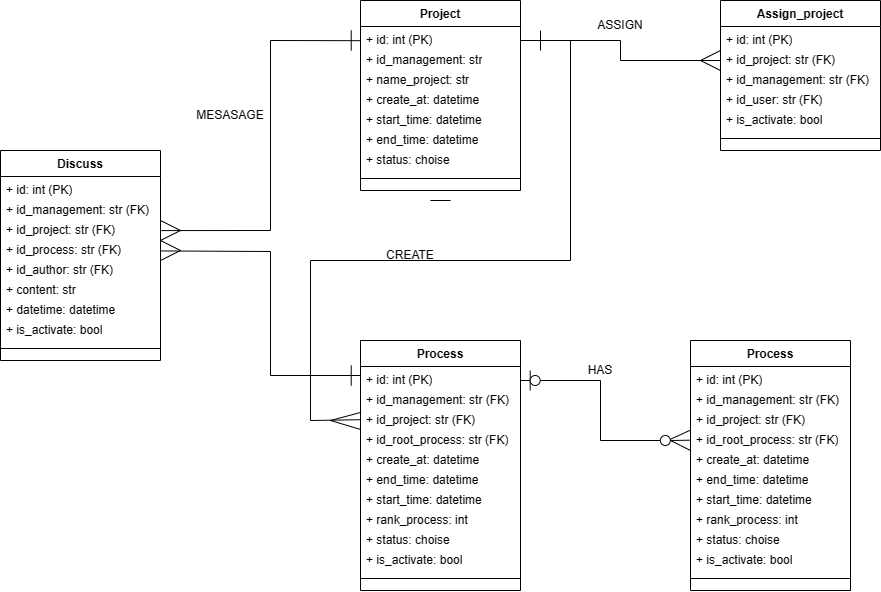
Above: demo/MCI_INTERN.png in nguyenvanvutlv/MCI_intern (draw.io), before the change. Source tidied: cells renumbered, new cells last; positions are measured from the earlier drawing's top-left corner, leaving out a move shared by most shapes.
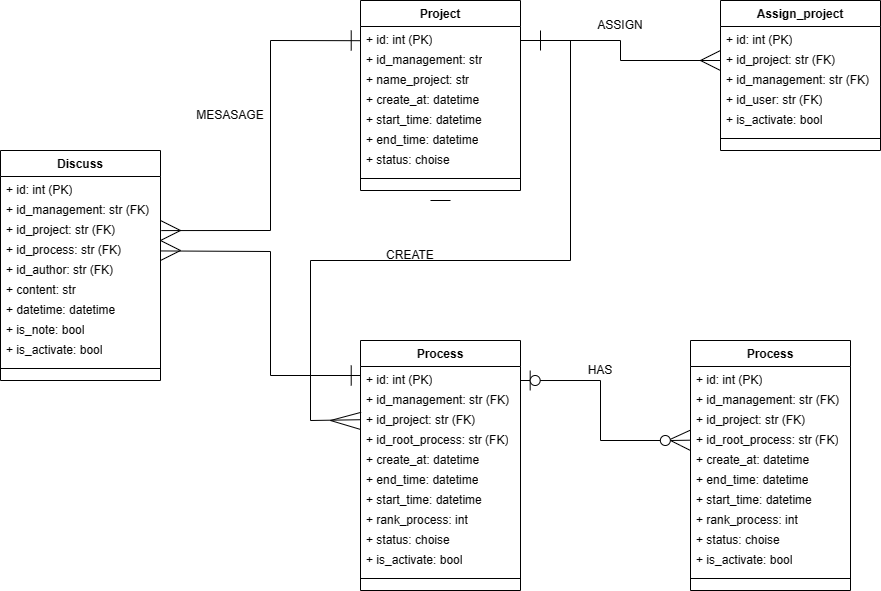
Above is the later version.

The edit, as a diff of the source:
```diff
@@ -212,7 +212,7 @@
       <mxGeometry x="590" y="10" width="60" height="30" as="geometry" />
     </mxCell>
     <mxCell id="57" value="Discuss" style="swimlane;fontStyle=1;align=center;verticalAlign=top;horizontal=1;startSize=26;whiteSpace=wrap;html=1;" parent="1" vertex="1">
-      <mxGeometry y="150" width="160" height="210" as="geometry" />
+      <mxGeometry y="150" width="160" height="230" as="geometry" />
     </mxCell>
     <mxCell id="58" value="+ id: int (PK)" style="text;strokeColor=none;fillColor=none;align=left;verticalAlign=top;spacingLeft=4;spacingRight=4;overflow=hidden;whiteSpace=wrap;html=1;" parent="57" vertex="1">
       <mxGeometry y="26" width="160" height="20" as="geometry" />
@@ -235,11 +235,14 @@
     <mxCell id="64" value="+&amp;nbsp;datetime: datetime" style="text;strokeColor=none;fillColor=none;align=left;verticalAlign=top;spacingLeft=4;spacingRight=4;overflow=hidden;whiteSpace=wrap;html=1;" parent="57" vertex="1">
       <mxGeometry y="146" width="160" height="20" as="geometry" />
     </mxCell>
+    <mxCell id="75" value="+ is_note: bool" style="text;strokeColor=none;fillColor=none;align=left;verticalAlign=top;spacingLeft=4;spacingRight=4;overflow=hidden;whiteSpace=wrap;html=1;" parent="57" vertex="1">
+      <mxGeometry y="166" width="160" height="20" as="geometry" />
+    </mxCell>
     <mxCell id="65" value="+ is_activate: bool" style="text;strokeColor=none;fillColor=none;align=left;verticalAlign=top;spacingLeft=4;spacingRight=4;overflow=hidden;whiteSpace=wrap;html=1;" parent="57" vertex="1">
-      <mxGeometry y="166" width="160" height="20" as="geometry" />
+      <mxGeometry y="186" width="160" height="20" as="geometry" />
     </mxCell>
     <mxCell id="66" style="line;strokeWidth=1;fillColor=none;align=left;verticalAlign=middle;spacingTop=-1;spacingLeft=3;spacingRight=3;labelPosition=right;strokeColor=inherit;" parent="57" vertex="1">
-      <mxGeometry y="186" width="160" height="24" as="geometry" />
+      <mxGeometry y="206" width="160" height="24" as="geometry" />
     </mxCell>
     <mxCell id="67" style="endArrow=none;html=1;rounded=0;entryX=-0.001;entryY=0.71;entryDx=0;entryDy=0;entryPerimeter=0;exitX=1.005;exitY=0.704;exitDx=0;exitDy=0;exitPerimeter=0;" parent="1" edge="1" source="60" target="3">
       <mxGeometry relative="1" as="geometry">
```
